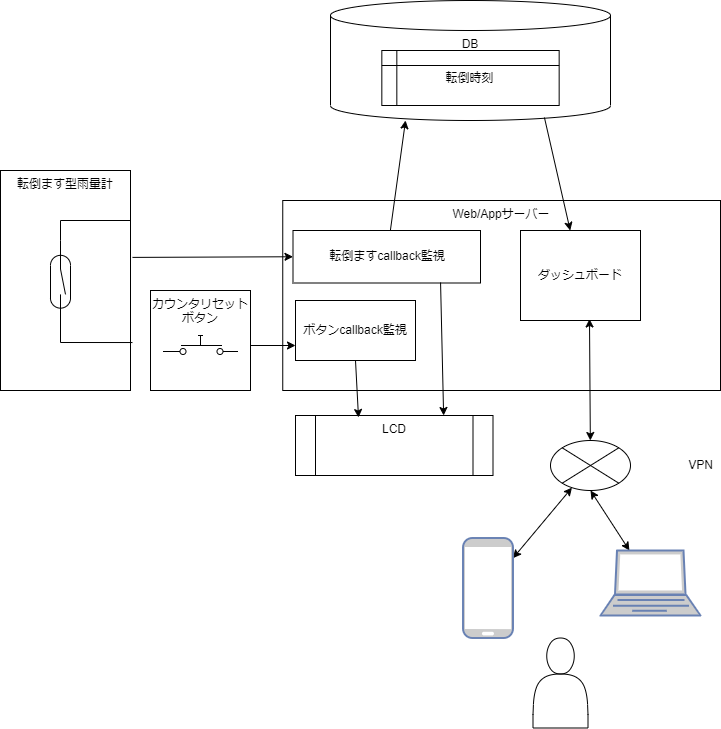
Earlier version of the draw.io export doc/systemcomponent.png (earth06/raingauge). Source tidied: cells renumbered, new cells last; positions are measured from the earlier drawing's top-left corner, leaving out a move shared by most shapes. Its diagram source:
```xml
<mxGraphModel>
  <root>
    <mxCell id="0" />
    <mxCell id="1" parent="0" />
    <mxCell id="2" value="転倒ます型雨量計" style="rounded=0;whiteSpace=wrap;html=1;verticalAlign=top;" parent="1" vertex="1">
      <mxGeometry y="170" width="130" height="220" as="geometry" />
    </mxCell>
    <mxCell id="3" value="Web/Appサーバー" style="whiteSpace=wrap;html=1;labelPosition=center;verticalLabelPosition=middle;align=center;verticalAlign=top;" parent="1" vertex="1">
      <mxGeometry x="282.2" y="200" width="437.8" height="190" as="geometry" />
    </mxCell>
    <mxCell id="4" style="group;" parent="1" vertex="1">
      <mxGeometry x="330" width="280" height="120" as="geometry" />
    </mxCell>
    <mxCell id="5" value="DB" style="shape=cylinder3;whiteSpace=wrap;html=1;boundedLbl=1;backgroundOutline=1;size=15;labelPosition=center;verticalLabelPosition=middle;align=center;verticalAlign=top;" parent="4" vertex="1">
      <mxGeometry width="280" height="120" as="geometry" />
    </mxCell>
    <mxCell id="6" value="転倒時刻" style="shape=internalStorage;whiteSpace=wrap;html=1;backgroundOutline=1;dx=15;dy=15;" parent="4" vertex="1">
      <mxGeometry x="51.3" y="50" width="177.3" height="55" as="geometry" />
    </mxCell>
    <mxCell id="7" style="edgeStyle=none;html=1;rounded=0;endArrow=none;endFill=0;" parent="1" edge="1" source="9">
      <mxGeometry relative="1" as="geometry">
        <mxPoint x="130" y="220" as="targetPoint" />
        <Array as="points">
          <mxPoint x="60" y="220" />
        </Array>
      </mxGeometry>
    </mxCell>
    <mxCell id="8" style="edgeStyle=none;html=1;exitX=1;exitY=0.5;exitDx=0;exitDy=0;exitPerimeter=0;rounded=0;endArrow=none;endFill=0;entryX=1.015;entryY=0.782;entryDx=0;entryDy=0;entryPerimeter=0;" parent="1" edge="1" source="9" target="2">
      <mxGeometry relative="1" as="geometry">
        <Array as="points">
          <mxPoint x="60" y="342" />
        </Array>
      </mxGeometry>
    </mxCell>
    <mxCell id="9" style="verticalLabelPosition=bottom;shadow=0;dashed=0;align=center;html=1;verticalAlign=top;shape=mxgraph.electrical.electro-mechanical.reed_switch;direction=south;" parent="1" vertex="1">
      <mxGeometry x="50" y="240" width="20" height="82.5" as="geometry" />
    </mxCell>
    <mxCell id="10" style="edgeStyle=none;rounded=0;html=1;exitX=0.5;exitY=1;exitDx=0;exitDy=0;endArrow=classic;endFill=1;startArrow=classic;startFill=1;" parent="1" edge="1" source="12" target="15">
      <mxGeometry relative="1" as="geometry" />
    </mxCell>
    <mxCell id="11" style="edgeStyle=none;rounded=0;html=1;endArrow=classic;endFill=1;startArrow=classic;startFill=1;" parent="1" edge="1" source="12" target="14">
      <mxGeometry relative="1" as="geometry" />
    </mxCell>
    <mxCell id="12" style="shape=sumEllipse;perimeter=ellipsePerimeter;whiteSpace=wrap;html=1;backgroundOutline=1;" parent="1" vertex="1">
      <mxGeometry x="550" y="440" width="80" height="50" as="geometry" />
    </mxCell>
    <mxCell id="13" style="shape=actor;whiteSpace=wrap;html=1;" parent="1" vertex="1">
      <mxGeometry x="532.5" y="637.5" width="55" height="90" as="geometry" />
    </mxCell>
    <mxCell id="14" style="fontColor=#0066CC;verticalAlign=top;verticalLabelPosition=bottom;labelPosition=center;align=center;html=1;outlineConnect=0;fillColor=#CCCCCC;strokeColor=#6881B3;gradientColor=none;gradientDirection=north;strokeWidth=2;shape=mxgraph.networks.mobile;" parent="1" vertex="1">
      <mxGeometry x="462.5" y="537.5" width="50" height="100" as="geometry" />
    </mxCell>
    <mxCell id="15" style="fontColor=#0066CC;verticalAlign=top;verticalLabelPosition=bottom;labelPosition=center;align=center;html=1;outlineConnect=0;fillColor=#CCCCCC;strokeColor=#6881B3;gradientColor=none;gradientDirection=north;strokeWidth=2;shape=mxgraph.networks.laptop;" parent="1" vertex="1">
      <mxGeometry x="600" y="550" width="100" height="65" as="geometry" />
    </mxCell>
    <mxCell id="16" value="VPN" style="text;html=1;align=center;verticalAlign=middle;fillColor=none;strokeColor=none;rounded=0;" parent="1" vertex="1">
      <mxGeometry x="680" y="455" width="40" height="20" as="geometry" />
    </mxCell>
    <mxCell id="17" style="edgeStyle=none;rounded=0;html=1;startArrow=none;startFill=0;endArrow=classic;endFill=1;exitX=1.015;exitY=0.395;exitDx=0;exitDy=0;exitPerimeter=0;entryX=0;entryY=0.5;entryDx=0;entryDy=0;" parent="1" edge="1" source="2" target="21">
      <mxGeometry relative="1" as="geometry" />
    </mxCell>
    <mxCell id="18" style="edgeStyle=none;html=1;entryX=0.268;entryY=1;entryDx=0;entryDy=0;entryPerimeter=0;startArrow=none;" parent="1" edge="1" source="21" target="5">
      <mxGeometry relative="1" as="geometry" />
    </mxCell>
    <mxCell id="19" value="ダッシュボード" style="rounded=0;whiteSpace=wrap;html=1;" parent="1" vertex="1">
      <mxGeometry x="520" y="230" width="120" height="90" as="geometry" />
    </mxCell>
    <mxCell id="20" style="endArrow=classic;html=1;rounded=0;exitX=0.764;exitY=0.975;exitDx=0;exitDy=0;exitPerimeter=0;" parent="1" edge="1" source="5" target="19">
      <mxGeometry relative="1" as="geometry" />
    </mxCell>
    <mxCell id="21" value="転倒ますcallback監視" style="rounded=0;whiteSpace=wrap;html=1;verticalAlign=middle;" parent="1" vertex="1">
      <mxGeometry x="292.5" y="230" width="187.5" height="52.5" as="geometry" />
    </mxCell>
    <mxCell id="22" style="edgeStyle=none;rounded=0;html=1;endArrow=classic;endFill=1;startArrow=classic;startFill=1;exitX=0.575;exitY=0.983;exitDx=0;exitDy=0;exitPerimeter=0;" parent="1" edge="1" source="19" target="12">
      <mxGeometry relative="1" as="geometry" />
    </mxCell>
    <mxCell id="23" value="LCD" style="shape=process;whiteSpace=wrap;html=1;backgroundOutline=1;verticalAlign=top;" parent="1" vertex="1">
      <mxGeometry x="295" y="415" width="197.5" height="60" as="geometry" />
    </mxCell>
    <mxCell id="24" style="group;" parent="1" vertex="1">
      <mxGeometry x="150" y="290" width="100" height="100" as="geometry" />
    </mxCell>
    <mxCell id="25" value="カウンタリセットボタン" style="whiteSpace=wrap;html=1;verticalAlign=top;" parent="24" vertex="1">
      <mxGeometry width="100" height="100" as="geometry" />
    </mxCell>
    <mxCell id="26" style="verticalLabelPosition=bottom;shadow=0;dashed=0;align=center;html=1;verticalAlign=top;shape=mxgraph.electrical.electro-mechanical.push_switch_no;" parent="24" vertex="1">
      <mxGeometry x="12.5" y="45" width="75" height="19" as="geometry" />
    </mxCell>
    <mxCell id="27" value="ボタンcallback監視" style="rounded=0;whiteSpace=wrap;html=1;" parent="1" vertex="1">
      <mxGeometry x="295" y="300" width="120" height="60" as="geometry" />
    </mxCell>
    <mxCell id="28" style="endArrow=classic;html=1;rounded=0;exitX=0.5;exitY=1;exitDx=0;exitDy=0;entryX=0.319;entryY=0.033;entryDx=0;entryDy=0;entryPerimeter=0;" parent="1" edge="1" source="27" target="23">
      <mxGeometry relative="1" as="geometry" />
    </mxCell>
    <mxCell id="29" style="endArrow=classic;html=1;rounded=0;exitX=0.787;exitY=0.99;exitDx=0;exitDy=0;exitPerimeter=0;entryX=0.75;entryY=0;entryDx=0;entryDy=0;" parent="1" edge="1" source="21" target="23">
      <mxGeometry relative="1" as="geometry" />
    </mxCell>
    <mxCell id="30" style="edgeStyle=none;rounded=0;html=1;entryX=0;entryY=0.75;entryDx=0;entryDy=0;startArrow=none;startFill=0;endArrow=classic;endFill=1;" parent="1" edge="1" target="27">
      <mxGeometry relative="1" as="geometry">
        <mxPoint x="250" y="345" as="sourcePoint" />
      </mxGeometry>
    </mxCell>
  </root>
</mxGraphModel>
```
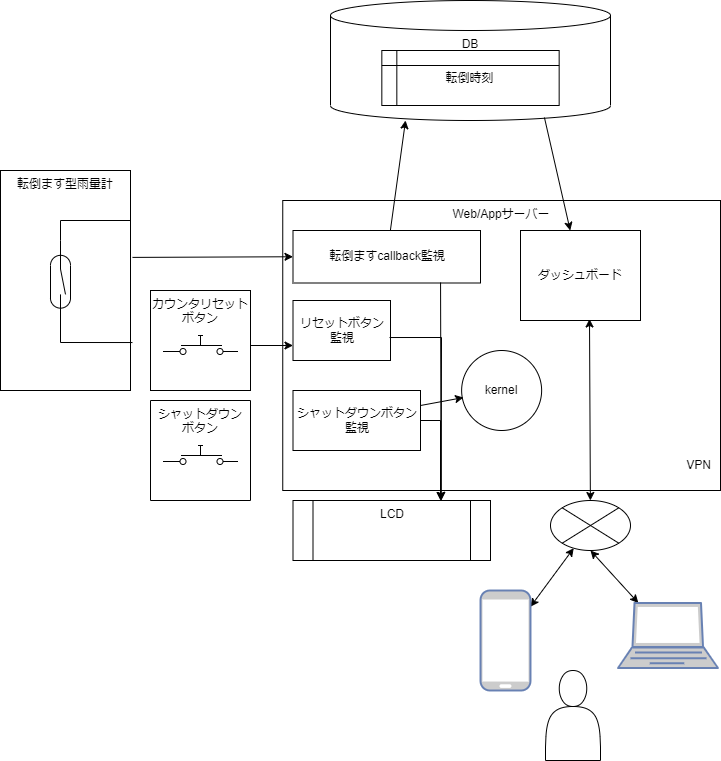
Above is the later version.

Diff of the diagram source:
```diff
@@ -2,12 +2,23 @@
   <root>
     <mxCell id="0" />
     <mxCell id="1" parent="0" />
+    <mxCell id="3" value="Web/Appサーバー" style="whiteSpace=wrap;html=1;labelPosition=center;verticalLabelPosition=middle;align=center;verticalAlign=top;" parent="1" vertex="1">
+      <mxGeometry x="282.2" y="200" width="437.8" height="290" as="geometry" />
+    </mxCell>
+    <mxCell id="31" style="edgeStyle=none;html=1;exitX=1;exitY=0.5;exitDx=0;exitDy=0;rounded=0;" parent="1" edge="1" source="32">
+      <mxGeometry relative="1" as="geometry">
+        <mxPoint x="440" y="500" as="targetPoint" />
+        <Array as="points">
+          <mxPoint x="440" y="420" />
+        </Array>
+      </mxGeometry>
+    </mxCell>
+    <mxCell id="32" value="シャットダウンボタン監視" style="rounded=0;whiteSpace=wrap;html=1;" parent="1" vertex="1">
+      <mxGeometry x="292.5" y="390" width="127.5" height="60" as="geometry" />
+    </mxCell>
     <mxCell id="2" value="転倒ます型雨量計" style="rounded=0;whiteSpace=wrap;html=1;verticalAlign=top;" parent="1" vertex="1">
       <mxGeometry y="170" width="130" height="220" as="geometry" />
     </mxCell>
-    <mxCell id="3" value="Web/Appサーバー" style="whiteSpace=wrap;html=1;labelPosition=center;verticalLabelPosition=middle;align=center;verticalAlign=top;" parent="1" vertex="1">
-      <mxGeometry x="282.2" y="200" width="437.8" height="190" as="geometry" />
-    </mxCell>
     <mxCell id="4" style="group;" parent="1" vertex="1">
       <mxGeometry x="330" width="280" height="120" as="geometry" />
     </mxCell>
@@ -42,19 +53,19 @@
       <mxGeometry relative="1" as="geometry" />
     </mxCell>
     <mxCell id="12" style="shape=sumEllipse;perimeter=ellipsePerimeter;whiteSpace=wrap;html=1;backgroundOutline=1;" parent="1" vertex="1">
-      <mxGeometry x="550" y="440" width="80" height="50" as="geometry" />
+      <mxGeometry x="550" y="500" width="80" height="50" as="geometry" />
     </mxCell>
     <mxCell id="13" style="shape=actor;whiteSpace=wrap;html=1;" parent="1" vertex="1">
-      <mxGeometry x="532.5" y="637.5" width="55" height="90" as="geometry" />
+      <mxGeometry x="545" y="670" width="55" height="90" as="geometry" />
     </mxCell>
     <mxCell id="14" style="fontColor=#0066CC;verticalAlign=top;verticalLabelPosition=bottom;labelPosition=center;align=center;html=1;outlineConnect=0;fillColor=#CCCCCC;strokeColor=#6881B3;gradientColor=none;gradientDirection=north;strokeWidth=2;shape=mxgraph.networks.mobile;" parent="1" vertex="1">
-      <mxGeometry x="462.5" y="537.5" width="50" height="100" as="geometry" />
+      <mxGeometry x="480" y="590" width="50" height="100" as="geometry" />
     </mxCell>
     <mxCell id="15" style="fontColor=#0066CC;verticalAlign=top;verticalLabelPosition=bottom;labelPosition=center;align=center;html=1;outlineConnect=0;fillColor=#CCCCCC;strokeColor=#6881B3;gradientColor=none;gradientDirection=north;strokeWidth=2;shape=mxgraph.networks.laptop;" parent="1" vertex="1">
-      <mxGeometry x="600" y="550" width="100" height="65" as="geometry" />
+      <mxGeometry x="617.5" y="602.5" width="100" height="65" as="geometry" />
     </mxCell>
     <mxCell id="16" value="VPN" style="text;html=1;align=center;verticalAlign=middle;fillColor=none;strokeColor=none;rounded=0;" parent="1" vertex="1">
-      <mxGeometry x="680" y="455" width="40" height="20" as="geometry" />
+      <mxGeometry x="677.5" y="455" width="40" height="20" as="geometry" />
     </mxCell>
     <mxCell id="17" style="edgeStyle=none;rounded=0;html=1;startArrow=none;startFill=0;endArrow=classic;endFill=1;exitX=1.015;exitY=0.395;exitDx=0;exitDy=0;exitPerimeter=0;entryX=0;entryY=0.5;entryDx=0;entryDy=0;" parent="1" edge="1" source="2" target="21">
       <mxGeometry relative="1" as="geometry" />
@@ -75,7 +86,7 @@
       <mxGeometry relative="1" as="geometry" />
     </mxCell>
     <mxCell id="23" value="LCD" style="shape=process;whiteSpace=wrap;html=1;backgroundOutline=1;verticalAlign=top;" parent="1" vertex="1">
-      <mxGeometry x="295" y="415" width="197.5" height="60" as="geometry" />
+      <mxGeometry x="292.5" y="500" width="197.5" height="60" as="geometry" />
     </mxCell>
     <mxCell id="24" style="group;" parent="1" vertex="1">
       <mxGeometry x="150" y="290" width="100" height="100" as="geometry" />
@@ -86,11 +97,15 @@
     <mxCell id="26" style="verticalLabelPosition=bottom;shadow=0;dashed=0;align=center;html=1;verticalAlign=top;shape=mxgraph.electrical.electro-mechanical.push_switch_no;" parent="24" vertex="1">
       <mxGeometry x="12.5" y="45" width="75" height="19" as="geometry" />
     </mxCell>
-    <mxCell id="27" value="ボタンcallback監視" style="rounded=0;whiteSpace=wrap;html=1;" parent="1" vertex="1">
-      <mxGeometry x="295" y="300" width="120" height="60" as="geometry" />
+    <mxCell id="27" value="リセットボタン&lt;br&gt;監視" style="rounded=0;whiteSpace=wrap;html=1;" parent="1" vertex="1">
+      <mxGeometry x="292.5" y="300" width="97.5" height="60" as="geometry" />
     </mxCell>
-    <mxCell id="28" style="endArrow=classic;html=1;rounded=0;exitX=0.5;exitY=1;exitDx=0;exitDy=0;entryX=0.319;entryY=0.033;entryDx=0;entryDy=0;entryPerimeter=0;" parent="1" edge="1" source="27" target="23">
-      <mxGeometry relative="1" as="geometry" />
+    <mxCell id="28" style="endArrow=classic;html=1;rounded=0;exitX=0.99;exitY=0.617;exitDx=0;exitDy=0;exitPerimeter=0;entryX=0.75;entryY=0;entryDx=0;entryDy=0;" parent="1" edge="1" source="27" target="23">
+      <mxGeometry relative="1" as="geometry">
+        <Array as="points">
+          <mxPoint x="441" y="337" />
+        </Array>
+      </mxGeometry>
     </mxCell>
     <mxCell id="29" style="endArrow=classic;html=1;rounded=0;exitX=0.787;exitY=0.99;exitDx=0;exitDy=0;exitPerimeter=0;entryX=0.75;entryY=0;entryDx=0;entryDy=0;" parent="1" edge="1" source="21" target="23">
       <mxGeometry relative="1" as="geometry" />
@@ -100,5 +115,20 @@
         <mxPoint x="250" y="345" as="sourcePoint" />
       </mxGeometry>
     </mxCell>
+    <mxCell id="33" style="group;" parent="1" vertex="1">
+      <mxGeometry x="150" y="400" width="100" height="100" as="geometry" />
+    </mxCell>
+    <mxCell id="34" value="シャットダウン&lt;br&gt;ボタン" style="whiteSpace=wrap;html=1;verticalAlign=top;direction=south;" parent="33" vertex="1">
+      <mxGeometry width="100" height="100" as="geometry" />
+    </mxCell>
+    <mxCell id="35" style="verticalLabelPosition=bottom;shadow=0;dashed=0;align=center;html=1;verticalAlign=top;shape=mxgraph.electrical.electro-mechanical.push_switch_no;" parent="33" vertex="1">
+      <mxGeometry x="12.5" y="45" width="75" height="19" as="geometry" />
+    </mxCell>
+    <mxCell id="36" value="kernel" style="ellipse;whiteSpace=wrap;html=1;" parent="1" vertex="1">
+      <mxGeometry x="461.1" y="350" width="80" height="80" as="geometry" />
+    </mxCell>
+    <mxCell id="37" style="endArrow=classic;html=1;rounded=0;exitX=1;exitY=0.25;exitDx=0;exitDy=0;entryX=0.023;entryY=0.588;entryDx=0;entryDy=0;entryPerimeter=0;" parent="1" edge="1" source="32" target="36">
+      <mxGeometry relative="1" as="geometry" />
+    </mxCell>
   </root>
 </mxGraphModel>
```
